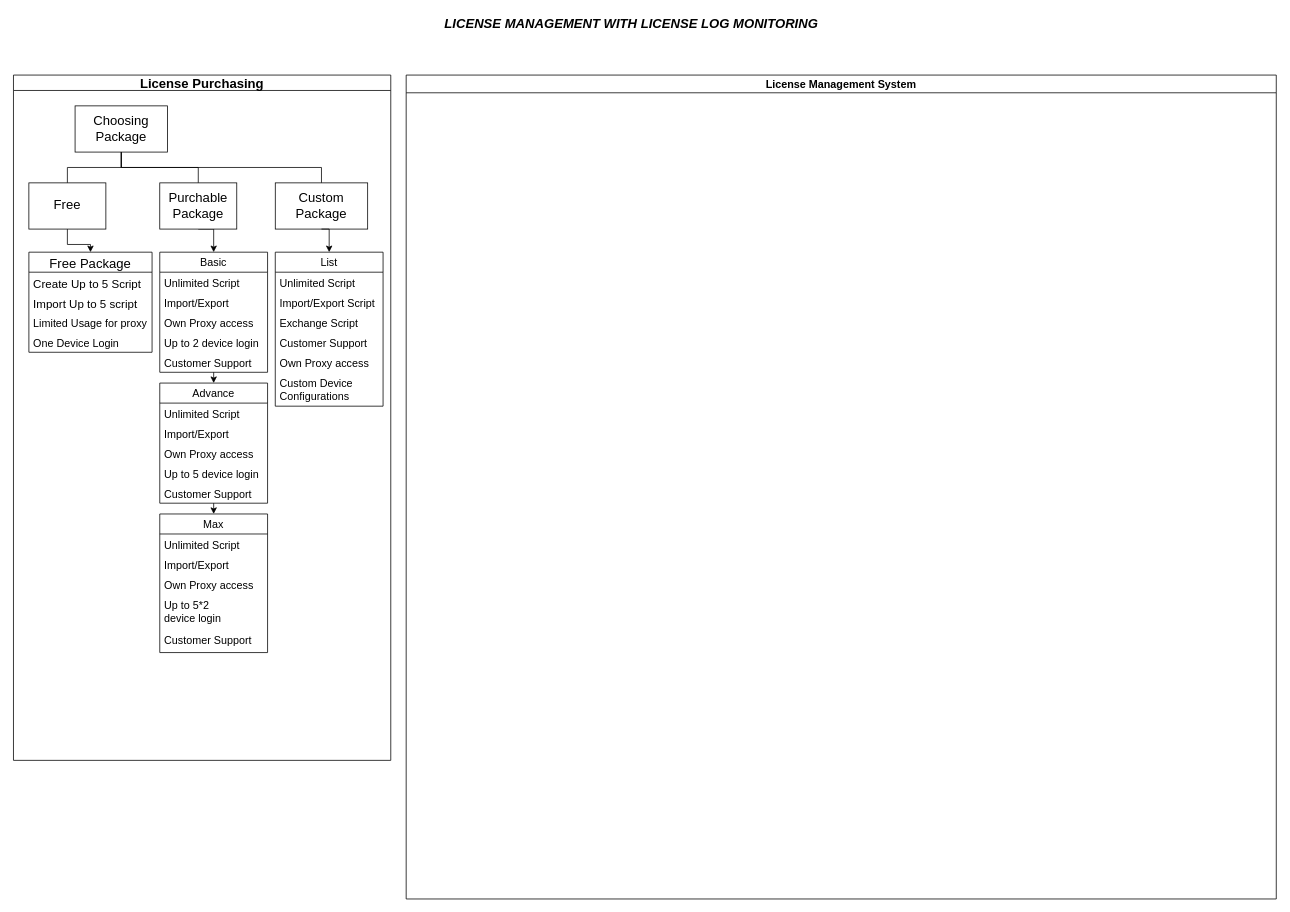
arunsakthivel96/batch keeps this draw.io diagram as examples/Untitled Diagram.drawio. Above is the earlier version. Source tidied: cells renumbered, new cells numbered last; positions are measured from the earlier drawing's top-left corner, leaving out a move shared by most shapes. Both pictures are drawn from the tidied source at 77%, with x=0, y=0 at pixel (13, 13).
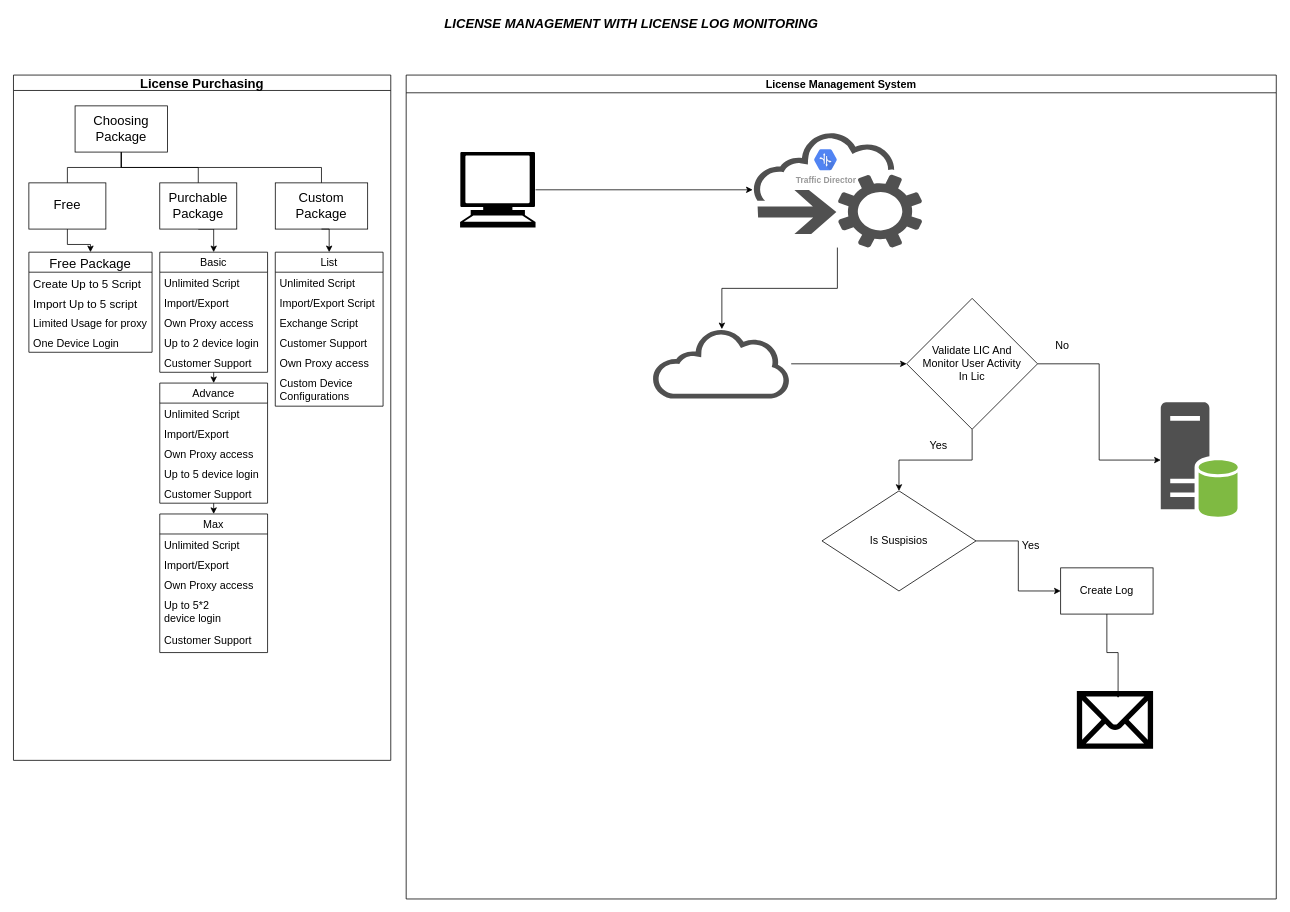
After the change.

The change refers to these unchanged cells:
```xml
<mxCell id="46" value="License Management System" style="swimlane;fontSize=14;" parent="1" vertex="1">
  <mxGeometry x="510" y="80" width="1130" height="1070" as="geometry" />
</mxCell>
```

The edit, as a diff of the source:
```diff
@@
+    <mxCell id="47" style="edgeStyle=orthogonalEdgeStyle;rounded=0;jettySize=auto;html=1;fontSize=14;" parent="46" edge="1" source="48" target="51">
+      <mxGeometry relative="1" as="geometry" />
+    </mxCell>
+    <mxCell id="48" style="shape=mxgraph.signs.tech.computer;html=1;fillColor=#000000;strokeColor=none;verticalLabelPosition=bottom;verticalAlign=top;align=center;sketch=0;fontSize=14;" parent="46" vertex="1">
+      <mxGeometry x="70" y="100" width="98" height="98" as="geometry" />
+    </mxCell>
+    <mxCell id="49" style="sketch=0;shadow=0;dashed=0;html=1;strokeColor=none;fillColor=#505050;labelPosition=center;verticalLabelPosition=bottom;verticalAlign=top;outlineConnect=0;align=center;shape=mxgraph.office.databases.database_server_green;fontSize=14;" parent="46" vertex="1">
+      <mxGeometry x="980" y="425" width="100" height="150" as="geometry" />
+    </mxCell>
+    <mxCell id="50" style="edgeStyle=orthogonalEdgeStyle;rounded=0;jettySize=auto;html=1;fontSize=14;" parent="46" edge="1" source="51" target="53">
+      <mxGeometry relative="1" as="geometry" />
+    </mxCell>
+    <mxCell id="51" style="sketch=0;shadow=0;dashed=0;html=1;strokeColor=none;fillColor=#505050;labelPosition=center;verticalLabelPosition=bottom;outlineConnect=0;verticalAlign=top;align=center;shape=mxgraph.office.clouds.cloud_service_request;fontSize=14;" parent="46" vertex="1">
+      <mxGeometry x="450" y="74" width="220" height="150" as="geometry" />
+    </mxCell>
+    <mxCell id="52" style="edgeStyle=orthogonalEdgeStyle;rounded=0;jettySize=auto;html=1;entryX=0;entryY=0.5;entryDx=0;entryDy=0;fontSize=14;" parent="46" edge="1" source="53" target="58">
+      <mxGeometry relative="1" as="geometry" />
+    </mxCell>
+    <mxCell id="53" style="sketch=0;shadow=0;dashed=0;html=1;strokeColor=none;fillColor=#505050;labelPosition=center;verticalLabelPosition=bottom;outlineConnect=0;verticalAlign=top;align=center;shape=mxgraph.office.clouds.cloud;fontSize=14;" parent="46" vertex="1">
+      <mxGeometry x="320" y="330" width="180" height="90" as="geometry" />
+    </mxCell>
+    <mxCell id="54" style="edgeStyle=orthogonalEdgeStyle;rounded=0;jettySize=auto;html=1;exitX=1;exitY=0.5;exitDx=0;exitDy=0;fontSize=14;" parent="46" edge="1" source="58" target="49">
+      <mxGeometry relative="1" as="geometry" />
+    </mxCell>
+    <mxCell id="55" value="No" style="edgeLabel;html=1;align=center;verticalAlign=middle;fontSize=14;" parent="54" vertex="1">
+      <mxGeometry x="-0.82" y="4" relative="1" as="geometry">
+        <mxPoint x="5" y="-21" as="offset" />
+      </mxGeometry>
+    </mxCell>
+    <mxCell id="56" style="edgeStyle=orthogonalEdgeStyle;rounded=0;jettySize=auto;html=1;fontSize=14;" parent="46" edge="1" source="58" target="59">
+      <mxGeometry relative="1" as="geometry" />
+    </mxCell>
+    <mxCell id="57" value="Yes" style="edgeLabel;html=1;align=center;verticalAlign=middle;fontSize=14;" parent="56" vertex="1">
+      <mxGeometry x="0.31" y="-2" relative="1" as="geometry">
+        <mxPoint x="30" y="-18" as="offset" />
+      </mxGeometry>
+    </mxCell>
+    <mxCell id="58" value="Validate LIC And&lt;br&gt;&amp;nbsp;Monitor User Activity&amp;nbsp;&lt;br&gt;In Lic&lt;br&gt;" style="rhombus;whiteSpace=wrap;html=1;fontSize=14;" parent="46" vertex="1">
+      <mxGeometry x="650" y="290" width="170" height="170" as="geometry" />
+    </mxCell>
+    <mxCell id="59" value="Is Suspisios" style="rhombus;whiteSpace=wrap;html=1;fontSize=14;" parent="46" vertex="1">
+      <mxGeometry x="540" y="540" width="200" height="130" as="geometry" />
+    </mxCell>
+    <mxCell id="60" value="Traffic Director" style="sketch=0;html=1;fillColor=#5184F3;strokeColor=none;verticalAlign=top;labelPosition=center;verticalLabelPosition=bottom;align=center;spacingTop=-6;fontSize=11;fontStyle=1;fontColor=#999999;shape=mxgraph.gcp2.hexIcon;prIcon=traffic_director;" parent="46" vertex="1">
+      <mxGeometry x="522" y="90" width="45.1" height="40" as="geometry" />
+    </mxCell>
+    <mxCell id="61" style="edgeStyle=orthogonalEdgeStyle;rounded=0;jettySize=auto;html=1;exitX=0.5;exitY=1;exitDx=0;exitDy=0;entryX=0.541;entryY=0.121;entryDx=0;entryDy=0;entryPerimeter=0;fontSize=14;" parent="46" edge="1" source="62" target="65">
+      <mxGeometry relative="1" as="geometry" />
+    </mxCell>
+    <mxCell id="62" value="Create Log" style="whiteSpace=wrap;html=1;fontSize=14;" parent="46" vertex="1">
+      <mxGeometry x="850" y="640" width="120" height="60" as="geometry" />
+    </mxCell>
+    <mxCell id="63" style="edgeStyle=orthogonalEdgeStyle;rounded=0;jettySize=auto;html=1;fontSize=14;" parent="46" edge="1" source="59" target="62">
+      <mxGeometry relative="1" as="geometry" />
+    </mxCell>
+    <mxCell id="64" value="Yes" style="edgeLabel;html=1;align=center;verticalAlign=middle;fontSize=14;" parent="63" vertex="1">
+      <mxGeometry x="-0.24" y="6" relative="1" as="geometry">
+        <mxPoint x="9" y="-7" as="offset" />
+      </mxGeometry>
+    </mxCell>
+    <mxCell id="65" style="shape=mxgraph.signs.tech.mail;html=1;fillColor=#000000;strokeColor=none;verticalLabelPosition=bottom;verticalAlign=top;align=center;sketch=0;fontSize=14;" parent="46" vertex="1">
+      <mxGeometry x="871" y="800" width="99" height="75" as="geometry" />
+    </mxCell>
```
